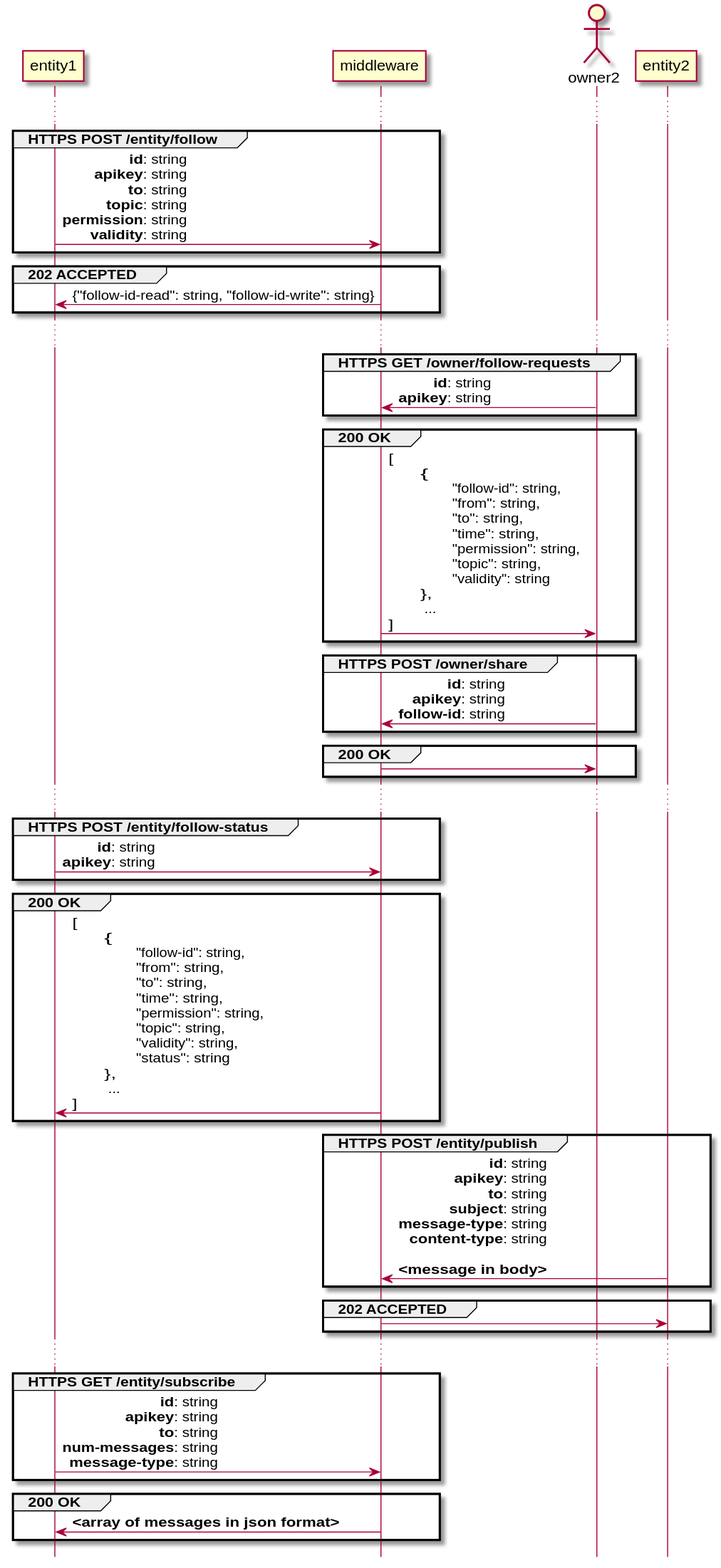
The PlantUML diagram DOCS/publish.svg in rbccps-iisc/corinthian, before a commit. Source of this version:
```plantuml
@startuml
hide footbox


...
group HTTPS POST /entity/follow
entity1 -> middleware: **id**: string\r**apikey**: string\r**to**: string\r**topic**: string\r**permission**: string\r**validity**: string
end

group 202 ACCEPTED
middleware -> entity1: {"follow-id-read": string, "follow-id-write": string}
end

...

actor owner2

group HTTPS GET /owner/follow-requests
owner2 -> middleware:**id**: string\r**apikey**: string
end

group 200 OK
middleware -> owner2: [\l\t{\t\r\t\t"follow-id": string,\r\t\t"from": string,\r\t\t"to": string,\r\t\t"time": string,\r\t\t"permission": string,\r\t\t"topic": string,\r\t\t"validity": string\r\t},\l\t ...\l]
end

group HTTPS POST /owner/share
owner2 -> middleware : **id**: string\r**apikey**: string\r**follow-id**: string
end

group 200 OK
middleware -> owner2
end

...
group HTTPS POST /entity/follow-status
entity1 -> middleware: **id**: string\r**apikey**: string
end

group 200 OK
middleware -> entity1: [\l\t{\t\r\t\t"follow-id": string,\r\t\t"from": string,\r\t\t"to": string,\r\t\t"time": string,\r\t\t"permission": string,\r\t\t"topic": string,\r\t\t"validity": string,\r\t\t"status": string\r\t},\l\t ...\l]
end


group HTTPS POST /entity/publish
entity2 -> middleware: **id**: string\r**apikey**: string\r**to**: string\r**subject**: string\r**message-type**: string\r**content-type**: string\r\r**<message in body>**
end

group 202 ACCEPTED
middleware -> entity2:
end

...
group HTTPS GET /entity/subscribe

entity1 -> middleware: **id**: string\r**apikey**: string\r**to**: string\r**num-messages**: string\r**message-type**: string
end

group 200 OK
middleware -> entity1: **<array of messages in json format>**
end
@enduml
```
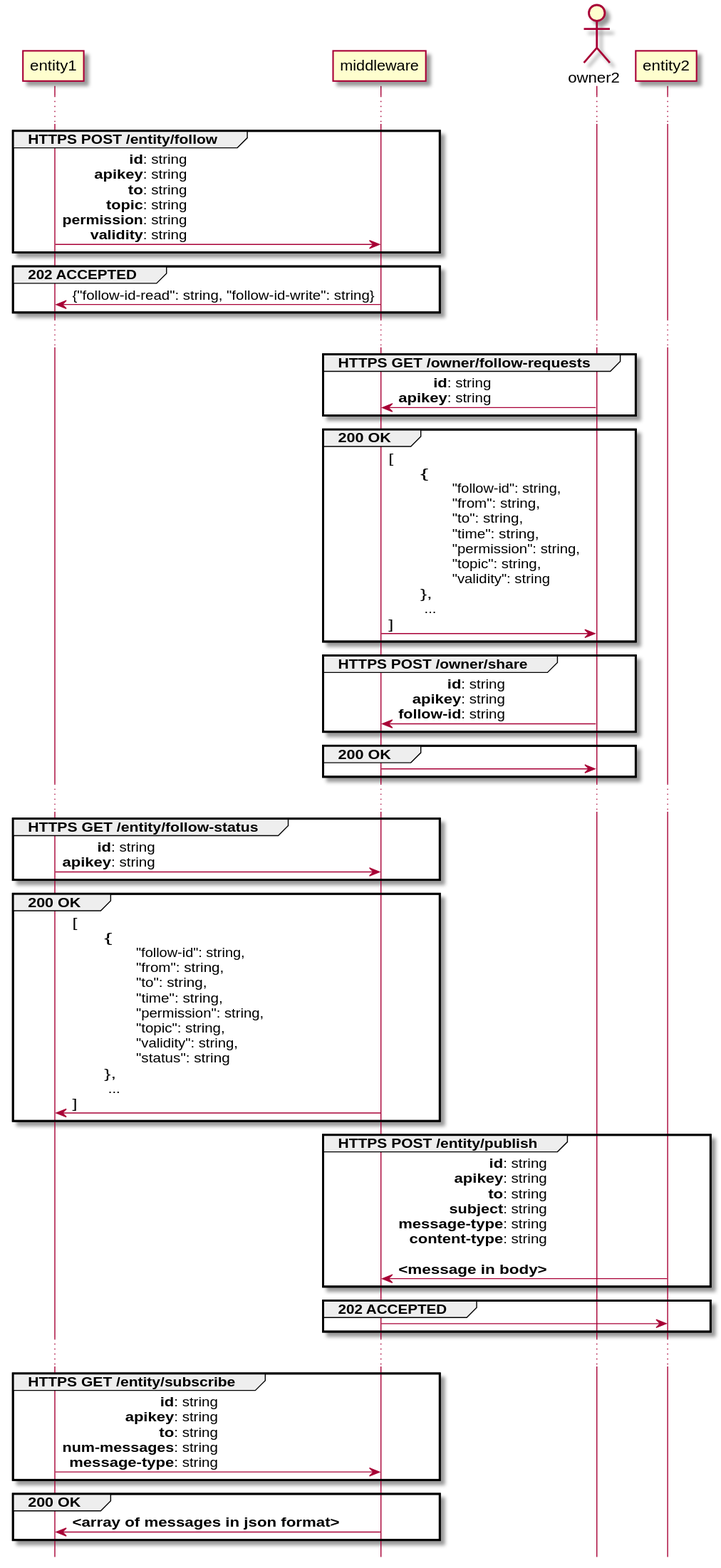
The same file after the commit.

Diff of the diagram source:
```diff
@@ -32,7 +32,7 @@
 end
 
 ...
-group HTTPS POST /entity/follow-status
+group HTTPS GET /entity/follow-status
 entity1 -> middleware: **id**: string\r**apikey**: string
 end
 
```
